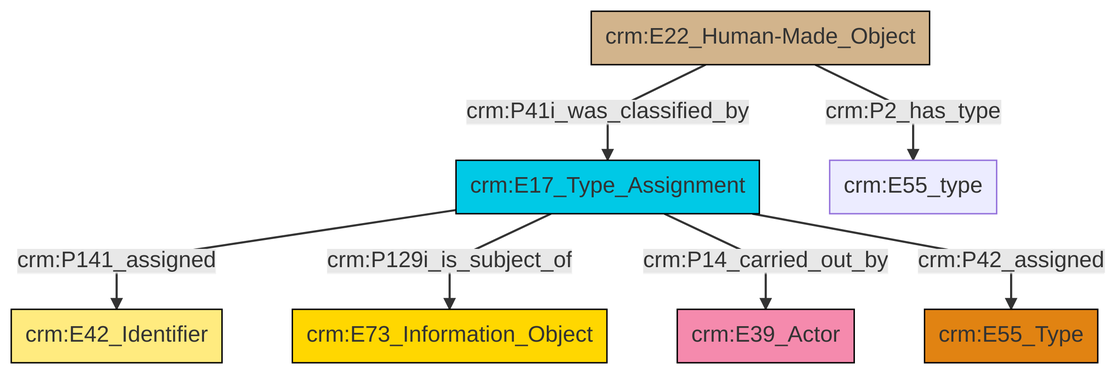
Earlier version of the Mermaid export et/builtWorkCSV/ttl/mmd/png/Built_Work_designation_status.png (swiss-art-research-net/docs.swissartresearch). Its source is kept beside it as et/builtWorkCSV/ttl/mmd/Built_Work_designation_status.ttl.mmd.
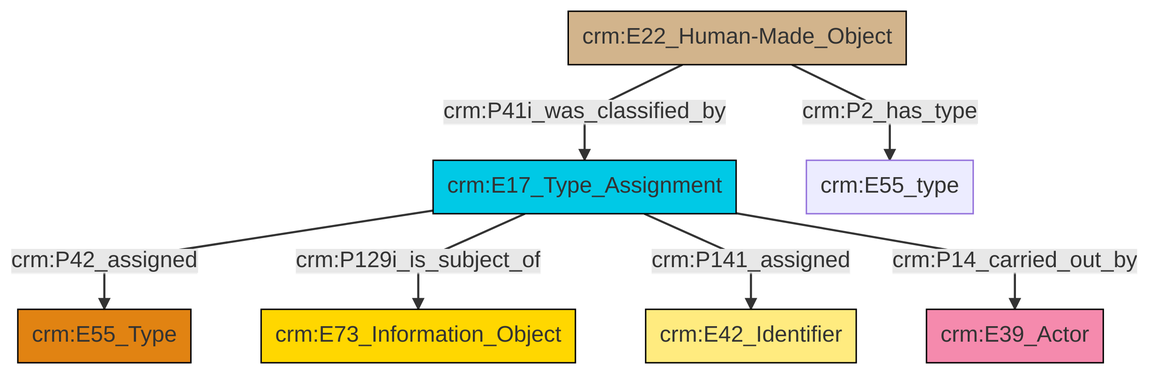
After the change.

Change to the diagram source:
```diff
@@ -13,9 +13,9 @@
 classDef PC_Classes fill:#4ce600, stroke:#000000;
 classDef Multi fill:#cccccc,stroke:#000000;
 
-6["crm:E22_Human-Made_Object"]:::Physical_Thing -->|crm:P2_has_type| 2["crm:E55_type"]:::Default
-0["crm:E17_Type_Assignment"]:::Temporal_Entity -->|crm:P141_assigned| 7["crm:E42_Identifier"]:::Appellation
-0["crm:E17_Type_Assignment"]:::Temporal_Entity -->|crm:P129i_is_subject_of| 10["crm:E73_Information_Object"]:::Conceptual_Object
-6["crm:E22_Human-Made_Object"]:::Physical_Thing -->|crm:P41i_was_classified_by| 0["crm:E17_Type_Assignment"]:::Temporal_Entity
+0["crm:E17_Type_Assignment"]:::Temporal_Entity -->|crm:P42_assigned| 1["crm:E55_Type"]:::Type
+2["crm:E22_Human-Made_Object"]:::Physical_Thing -->|crm:P2_has_type| 3["crm:E55_type"]:::Default
+2["crm:E22_Human-Made_Object"]:::Physical_Thing -->|crm:P41i_was_classified_by| 0["crm:E17_Type_Assignment"]:::Temporal_Entity
+0["crm:E17_Type_Assignment"]:::Temporal_Entity -->|crm:P129i_is_subject_of| 6["crm:E73_Information_Object"]:::Conceptual_Object
+0["crm:E17_Type_Assignment"]:::Temporal_Entity -->|crm:P141_assigned| 4["crm:E42_Identifier"]:::Appellation
 0["crm:E17_Type_Assignment"]:::Temporal_Entity -->|crm:P14_carried_out_by| 8["crm:E39_Actor"]:::Actor
-0["crm:E17_Type_Assignment"]:::Temporal_Entity -->|crm:P42_assigned| 4["crm:E55_Type"]:::Type
```
